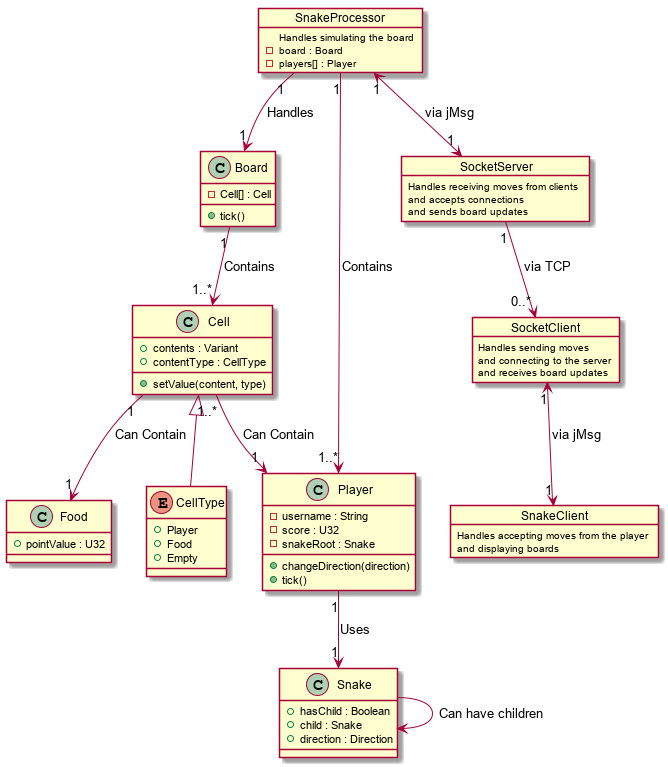
Before: object_model.png, a diagram exported from PlantUML (aaron-jencks/labview_multiplayer_snake). The source it was exported from:
```plantuml
@startuml
object SnakeProcessor {
Handles simulating the board
- board : Board
- players[] : Player
}

class Board {
- Cell[] : Cell
+ tick()
}

class Cell {
+ contents : Variant
+ contentType : CellType
+ setValue(content, type)
}

enum CellType {
+ Player
+ Food
+ Empty
}

Cell <|-- CellType

Board "1" --> "1..*" Cell : "Contains"

class Player {
- username : String
- score : U32
- snakeRoot : Snake
+ changeDirection(direction)
+ tick()
}

SnakeProcessor "1" --> "1..*" Player : "Contains"

class Food {
+ pointValue : U32
}

Cell "1" --> "1" Food : "Can Contain"
Cell "1..*" --> "1" Player : "Can Contain"

class Snake {
+ hasChild : Boolean
+ child : Snake
+ direction : Direction
}

Snake --> Snake : "Can have children"
Player "1" --> "1" Snake : "Uses"

SnakeProcessor "1" --> "1" Board : "Handles"

object SocketServer {
Handles receiving moves from clients
and accepts connections
and sends board updates
}

object SocketClient {
Handles sending moves
and connecting to the server
and receives board updates
}

object SnakeClient {
Handles accepting moves from the player
and displaying boards
}

SocketServer "1" --> "0..*" SocketClient : "via TCP"
SnakeProcessor "1" <--> "1" SocketServer : "via jMsg"
SocketClient "1" <--> "1" SnakeClient : "via jMsg"
@enduml
```
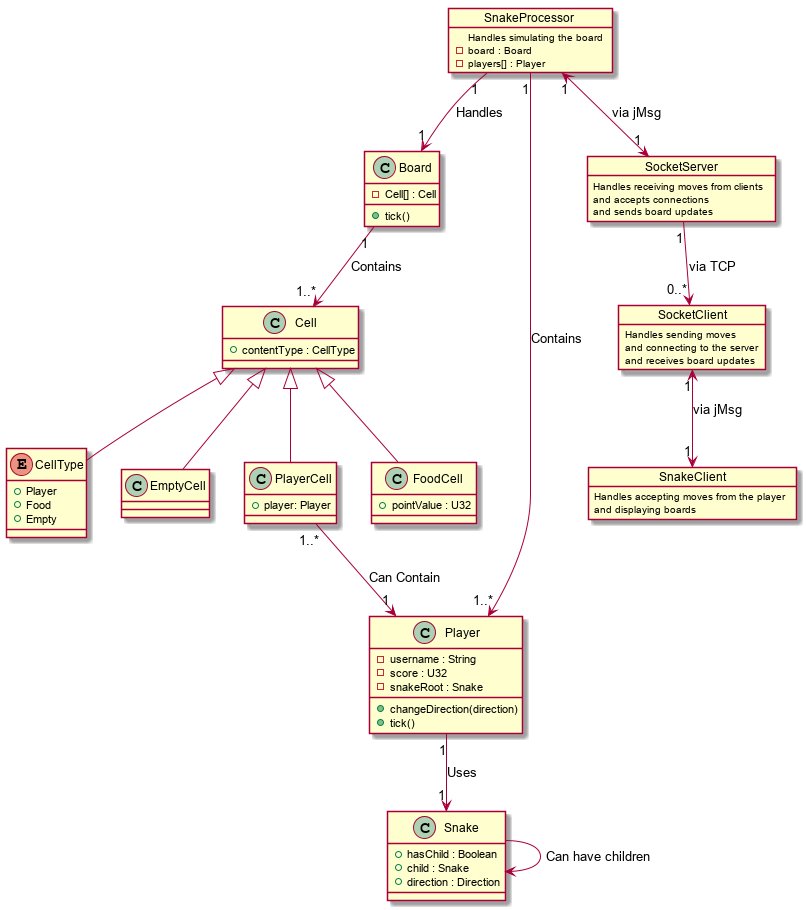
The same diagram one commit later.

Commit message:
Updated object model

The edit, as a diff of the source:
```diff
@@ -11,9 +11,7 @@
 }
 
 class Cell {
-+ contents : Variant
 + contentType : CellType
-+ setValue(content, type)
 }
 
 enum CellType {
@@ -26,6 +24,17 @@
 
 Board "1" --> "1..*" Cell : "Contains"
 
+class EmptyCell {
+}
+
+Cell <|-- EmptyCell
+
+class PlayerCell {
++player: Player
+}
+
+Cell <|-- PlayerCell
+
 class Player {
 - username : String
 - score : U32
@@ -36,12 +45,12 @@
 
 SnakeProcessor "1" --> "1..*" Player : "Contains"
 
-class Food {
+class FoodCell {
 + pointValue : U32
 }
 
-Cell "1" --> "1" Food : "Can Contain"
-Cell "1..*" --> "1" Player : "Can Contain"
+Cell <|-- FoodCell
+PlayerCell "1..*" --> "1" Player : "Can Contain"
 
 class Snake {
 + hasChild : Boolean
```
